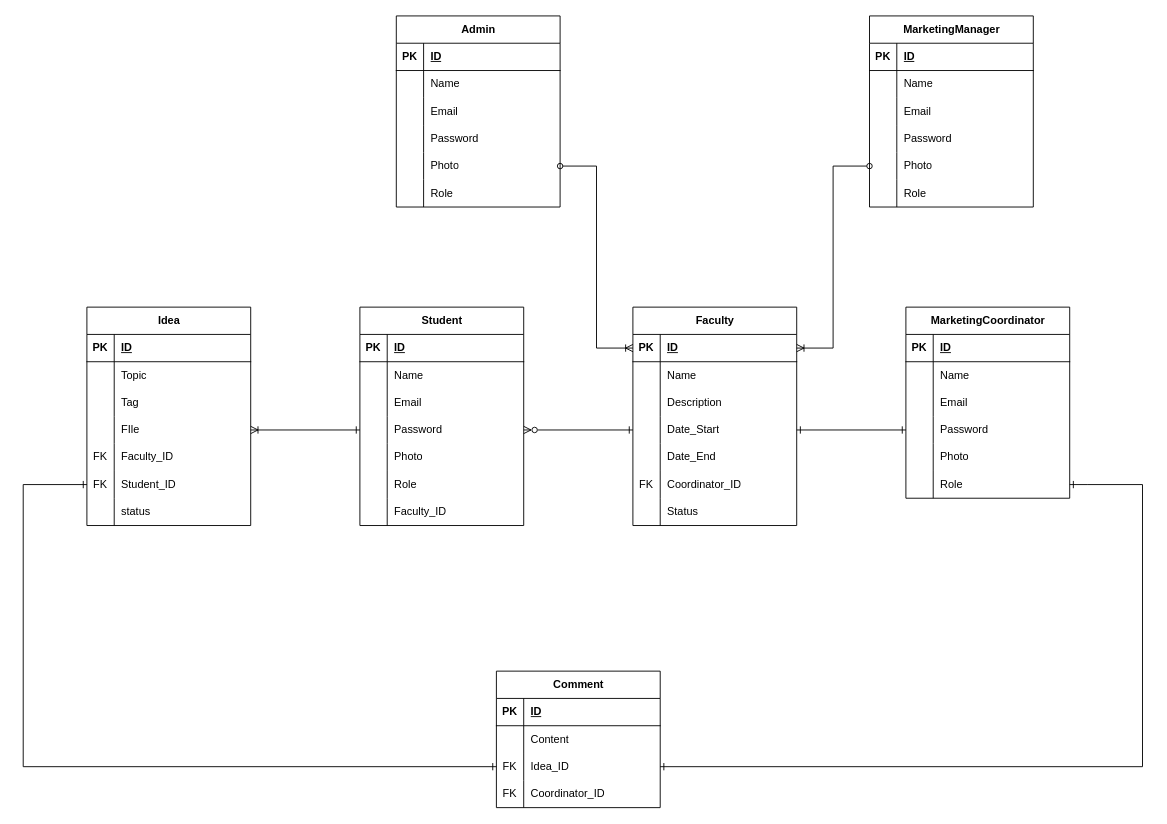
Above: Database System Design diagram/ERD.drawio in HungBuii/creative_ideas_project_1 (draw.io), before the change. Source tidied: cells renumbered, new cells numbered last; positions are measured from the earlier drawing's top-left corner, leaving out a move shared by most shapes. Both pictures are drawn from the tidied source at 91%, with x=0, y=0 at pixel (23, 15).
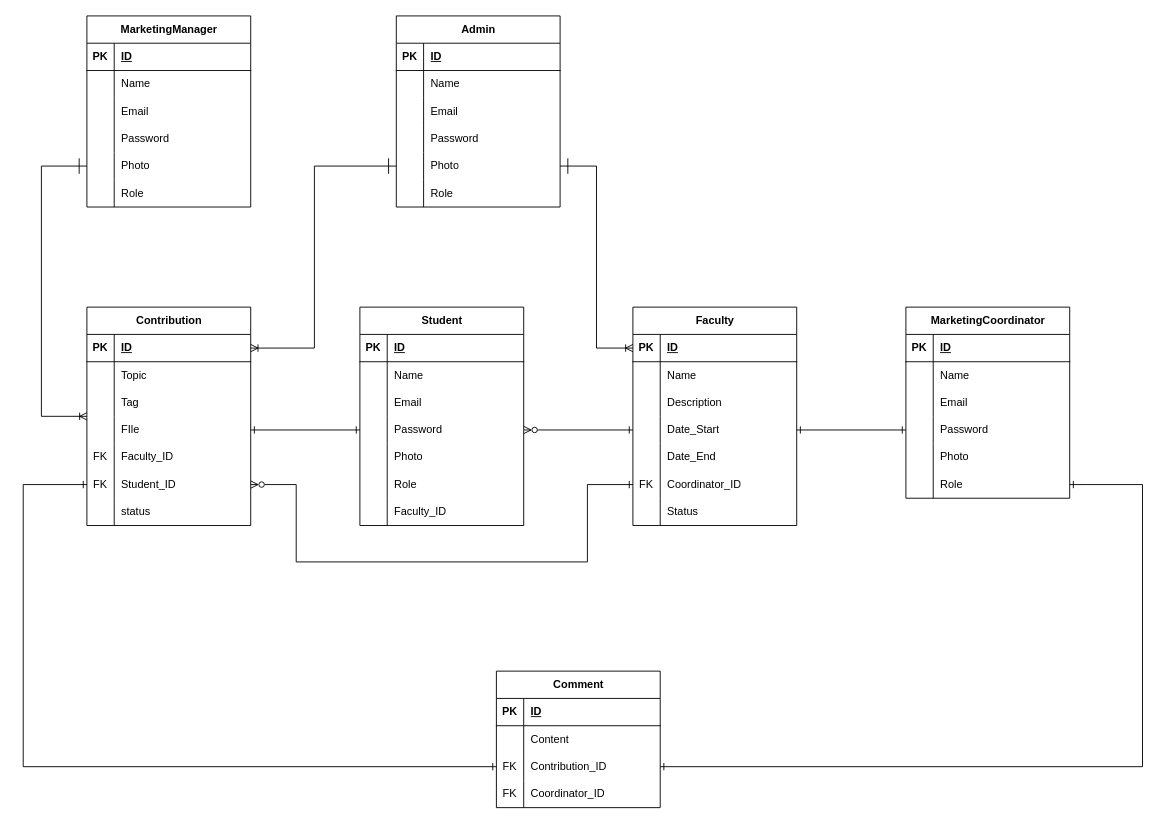
The same diagram, later.

The change refers to these unchanged cells:
```xml
<mxCell id="9" style="shape=tableRow;horizontal=0;startSize=0;swimlaneHead=0;swimlaneBody=0;fillColor=none;points=[[0,0.5],[1,0.5]];portConstraint=eastwest;top=0;left=0;right=0;bottom=0;" parent="2" vertex="1">
  <mxGeometry y="90" width="180" height="30" as="geometry" />
</mxCell>
<mxCell id="25" style="shape=tableRow;horizontal=0;startSize=0;swimlaneHead=0;swimlaneBody=0;fillColor=none;points=[[0,0.5],[1,0.5]];portConstraint=eastwest;top=0;left=0;right=0;bottom=0;" parent="15" vertex="1">
  <mxGeometry y="120" width="180" height="30" as="geometry" />
</mxCell>
<mxCell id="38" style="shape=tableRow;horizontal=0;startSize=0;swimlaneHead=0;swimlaneBody=0;fillColor=none;points=[[0,0.5],[1,0.5]];portConstraint=eastwest;top=0;left=0;right=0;bottom=1;" parent="37" vertex="1">
  <mxGeometry y="30" width="180" height="30" as="geometry" />
</mxCell>
<mxCell id="53" style="shape=tableRow;horizontal=0;startSize=0;swimlaneHead=0;swimlaneBody=0;fillColor=none;points=[[0,0.5],[1,0.5]];portConstraint=eastwest;top=0;left=0;right=0;bottom=0;" parent="37" vertex="1">
  <mxGeometry y="180" width="180" height="30" as="geometry" />
</mxCell>
<mxCell id="61" style="shape=tableRow;horizontal=0;startSize=0;swimlaneHead=0;swimlaneBody=0;fillColor=none;points=[[0,0.5],[1,0.5]];portConstraint=eastwest;top=0;left=0;right=0;bottom=1;" parent="60" vertex="1">
  <mxGeometry y="30" width="180" height="30" as="geometry" />
</mxCell>
<mxCell id="70" style="shape=tableRow;horizontal=0;startSize=0;swimlaneHead=0;swimlaneBody=0;fillColor=none;points=[[0,0.5],[1,0.5]];portConstraint=eastwest;top=0;left=0;right=0;bottom=0;" parent="60" vertex="1">
  <mxGeometry y="120" width="180" height="30" as="geometry" />
</mxCell>
<mxCell id="76" style="shape=tableRow;horizontal=0;startSize=0;swimlaneHead=0;swimlaneBody=0;fillColor=none;points=[[0,0.5],[1,0.5]];portConstraint=eastwest;top=0;left=0;right=0;bottom=0;" parent="60" vertex="1">
  <mxGeometry y="180" width="180" height="30" as="geometry" />
</mxCell>
<mxCell id="118" style="shape=tableRow;horizontal=0;startSize=0;swimlaneHead=0;swimlaneBody=0;fillColor=none;points=[[0,0.5],[1,0.5]];portConstraint=eastwest;top=0;left=0;right=0;bottom=0;" parent="105" vertex="1">
  <mxGeometry y="150" width="180" height="30" as="geometry" />
</mxCell>
<mxCell id="138" style="shape=tableRow;horizontal=0;startSize=0;swimlaneHead=0;swimlaneBody=0;fillColor=none;points=[[0,0.5],[1,0.5]];portConstraint=eastwest;top=0;left=0;right=0;bottom=0;" parent="125" vertex="1">
  <mxGeometry y="150" width="180" height="30" as="geometry" />
</mxCell>
```

Diff of the diagram source:
```diff
@@
-    <mxCell id="11" value="Idea_ID" style="shape=partialRectangle;fillColor=none;top=0;left=0;bottom=0;right=0;align=left;spacingLeft=6;overflow=hidden;whiteSpace=wrap;html=1;" parent="9" vertex="1">
+    <mxCell id="11" value="Contribution_ID" style="shape=partialRectangle;fillColor=none;top=0;left=0;bottom=0;right=0;align=left;spacingLeft=6;overflow=hidden;whiteSpace=wrap;html=1;" parent="9" vertex="1">
       <mxGeometry x="30" width="150" height="30" as="geometry" />
     </mxCell>
@@
-    <mxCell id="60" value="Idea" style="shape=table;startSize=30;childLayout=tableLayout;rowLines=0;fontStyle=1;align=center;html=1;" parent="1" vertex="1">
+    <mxCell id="60" value="Contribution" style="shape=table;startSize=30;childLayout=tableLayout;rowLines=0;fontStyle=1;align=center;html=1;" parent="1" vertex="1">
       <mxGeometry x="70" y="320" width="180" height="240" as="geometry" />
     </mxCell>
@@
-    <mxCell id="82" style="endArrow=ERone;html=1;rounded=0;exitX=1;exitY=0.5;exitDx=0;exitDy=0;entryX=0;entryY=0.5;entryDx=0;entryDy=0;endFill=0;startArrow=ERoneToMany;startFill=0;" parent="1" edge="1" source="70" target="25">
+    <mxCell id="82" style="endArrow=ERone;html=1;rounded=0;exitX=1;exitY=0.5;exitDx=0;exitDy=0;entryX=0;entryY=0.5;entryDx=0;entryDy=0;endFill=0;startArrow=ERone;startFill=0;" parent="1" edge="1" source="70" target="25">
       <mxGeometry relative="1" as="geometry" />
     </mxCell>
@@
-    <mxCell id="124" style="endArrow=ERoneToMany;html=1;rounded=0;entryX=0;entryY=0.5;entryDx=0;entryDy=0;endFill=0;startArrow=oval;startFill=0;exitX=1;exitY=0.5;exitDx=0;exitDy=0;" parent="1" edge="1" source="118" target="38">
+    <mxCell id="124" style="endArrow=ERoneToMany;html=1;rounded=0;entryX=0;entryY=0.5;entryDx=0;entryDy=0;endFill=0;startArrow=ERone;startFill=0;exitX=1;exitY=0.5;exitDx=0;exitDy=0;startSize=15;" parent="1" edge="1" source="118" target="38">
       <mxGeometry relative="1" as="geometry">
         <Array as="points">
           <mxPoint x="630" y="165" />
           <mxPoint x="630" y="365" />
         </Array>
       </mxGeometry>
     </mxCell>
     <mxCell id="125" value="MarketingManager" style="shape=table;startSize=30;childLayout=tableLayout;rowLines=0;fontStyle=1;align=center;html=1;" parent="1" vertex="1">
-      <mxGeometry x="930" width="180" height="210" as="geometry" />
+      <mxGeometry x="70" width="180" height="210" as="geometry" />
     </mxCell>
@@
-    <mxCell id="144" style="endArrow=oval;html=1;rounded=0;exitX=1;exitY=0.5;exitDx=0;exitDy=0;entryX=0;entryY=0.5;entryDx=0;entryDy=0;endFill=0;startArrow=ERoneToMany;startFill=0;" parent="1" edge="1" source="38" target="138">
+    <mxCell id="144" style="endArrow=ERone;html=1;rounded=0;entryX=0;entryY=0.5;entryDx=0;entryDy=0;endFill=0;startArrow=ERoneToMany;startFill=0;endSize=15;exitX=0;exitY=0.5;exitDx=0;exitDy=0;" parent="1" edge="1" source="60" target="138">
       <mxGeometry relative="1" as="geometry">
         <Array as="points">
-          <mxPoint x="890" y="365" />
-          <mxPoint x="890" y="165" />
+          <mxPoint x="20" y="440" />
+          <mxPoint x="20" y="165" />
         </Array>
       </mxGeometry>
     </mxCell>
+    <mxCell id="145" style="endArrow=ERoneToMany;html=1;rounded=0;entryX=1;entryY=0.5;entryDx=0;entryDy=0;endFill=0;startArrow=ERone;startFill=0;exitX=0;exitY=0.5;exitDx=0;exitDy=0;startSize=15;" parent="1" edge="1" source="118" target="61">
+      <mxGeometry relative="1" as="geometry">
+        <Array as="points">
+          <mxPoint x="320" y="165" />
+          <mxPoint x="320" y="365" />
+        </Array>
+      </mxGeometry>
+    </mxCell>
+    <mxCell id="146" style="endArrow=ERone;html=1;rounded=0;exitX=1;exitY=0.5;exitDx=0;exitDy=0;entryX=0;entryY=0.5;entryDx=0;entryDy=0;endFill=0;startArrow=ERzeroToMany;startFill=0;" parent="1" edge="1" source="76" target="53">
+      <mxGeometry relative="1" as="geometry">
+        <Array as="points">
+          <mxPoint x="300" y="515" />
+          <mxPoint x="300" y="600" />
+          <mxPoint x="620" y="600" />
+          <mxPoint x="620" y="515" />
+        </Array>
+      </mxGeometry>
+    </mxCell>
```
